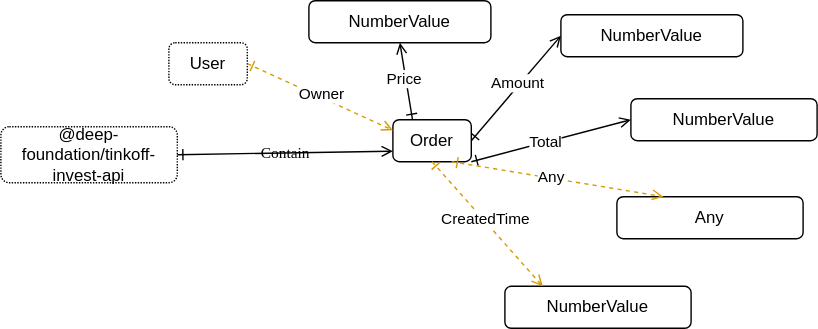
Before: src/order/Order.drawio.svg, a diagram exported from draw.io (suenot/deep-tinkoff-invest-api). Source tidied: cells renumbered, new cells last; positions are measured from the earlier drawing's top-left corner, leaving out a move shared by most shapes.
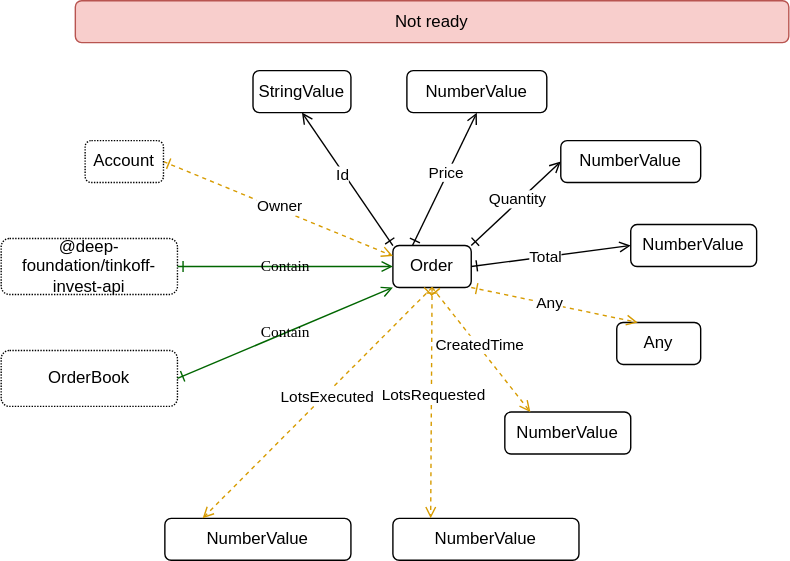
After the change.

What changed in the source:
```diff
@@ -2,31 +2,31 @@
   <root>
     <mxCell id="0" />
     <mxCell id="1" parent="0" />
-    <mxCell id="2" style="edgeStyle=none;html=1;exitX=1;exitY=0.5;exitDx=0;exitDy=0;entryX=0;entryY=0.5;entryDx=0;entryDy=0;startArrow=ERone;startFill=0;endArrow=open;endFill=0;" parent="1" edge="1" source="4" target="5">
+    <mxCell id="2" style="edgeStyle=none;html=1;exitX=1;exitY=0;exitDx=0;exitDy=0;entryX=0;entryY=0.5;entryDx=0;entryDy=0;startArrow=ERone;startFill=0;endArrow=open;endFill=0;" parent="1" edge="1" source="4" target="5">
       <mxGeometry relative="1" as="geometry" />
     </mxCell>
-    <mxCell id="3" value="Amount" style="edgeLabel;html=1;align=center;verticalAlign=middle;" parent="2" vertex="1">
+    <mxCell id="3" value="Quantity" style="edgeLabel;html=1;align=center;verticalAlign=middle;" parent="2" vertex="1">
       <mxGeometry x="0.08" y="2" relative="1" as="geometry" />
     </mxCell>
     <mxCell id="4" value="Order" style="rounded=1;whiteSpace=wrap;html=1;labelBackgroundColor=none;" parent="1" vertex="1">
       <mxGeometry x="280" y="85" width="56" height="30" as="geometry" />
     </mxCell>
     <mxCell id="5" value="NumberValue" style="rounded=1;whiteSpace=wrap;html=1;labelBackgroundColor=none;" parent="1" vertex="1">
-      <mxGeometry x="400" y="10" width="130" height="30" as="geometry" />
+      <mxGeometry x="400" y="10" width="100" height="30" as="geometry" />
     </mxCell>
-    <mxCell id="6" style="edgeStyle=none;html=1;exitX=1;exitY=1;exitDx=0;exitDy=0;startArrow=ERone;startFill=0;entryX=0;entryY=0.5;entryDx=0;entryDy=0;endArrow=open;endFill=0;" parent="1" edge="1" source="4" target="8">
+    <mxCell id="6" style="edgeStyle=none;html=1;exitX=1;exitY=0.5;exitDx=0;exitDy=0;startArrow=ERone;startFill=0;entryX=0;entryY=0.5;entryDx=0;entryDy=0;endArrow=open;endFill=0;" parent="1" edge="1" source="4" target="8">
       <mxGeometry relative="1" as="geometry" />
     </mxCell>
     <mxCell id="7" value="Total" style="edgeLabel;html=1;align=center;verticalAlign=middle;" parent="6" vertex="1">
       <mxGeometry x="-0.07" y="1" relative="1" as="geometry" />
     </mxCell>
     <mxCell id="8" value="NumberValue" style="rounded=1;whiteSpace=wrap;html=1;labelBackgroundColor=none;" parent="1" vertex="1">
-      <mxGeometry x="450" y="70" width="133" height="30" as="geometry" />
+      <mxGeometry x="450" y="70" width="90" height="30" as="geometry" />
     </mxCell>
     <mxCell id="9" value="Any" style="rounded=1;whiteSpace=wrap;html=1;labelBackgroundColor=none;" parent="1" vertex="1">
-      <mxGeometry x="440" y="140" width="133" height="30" as="geometry" />
+      <mxGeometry x="440" y="140" width="60" height="30" as="geometry" />
     </mxCell>
-    <mxCell id="10" style="edgeStyle=none;html=1;exitX=0.75;exitY=1;exitDx=0;exitDy=0;startArrow=ERone;startFill=0;entryX=0.25;entryY=0;entryDx=0;entryDy=0;endArrow=open;endFill=0;dashed=1;strokeColor=#D79B00;" parent="1" edge="1" source="4" target="9">
+    <mxCell id="10" style="edgeStyle=none;html=1;exitX=1;exitY=1;exitDx=0;exitDy=0;startArrow=ERone;startFill=0;entryX=0.25;entryY=0;entryDx=0;entryDy=0;endArrow=open;endFill=0;dashed=1;strokeColor=#D79B00;" parent="1" edge="1" source="4" target="9">
       <mxGeometry relative="1" as="geometry" />
     </mxCell>
     <mxCell id="11" value="Any" style="edgeLabel;html=1;align=center;verticalAlign=middle;" parent="10" vertex="1">
@@ -39,7 +39,7 @@
       <mxGeometry x="0.08" y="2" relative="1" as="geometry" />
     </mxCell>
     <mxCell id="14" value="NumberValue" style="rounded=1;whiteSpace=wrap;html=1;labelBackgroundColor=none;" parent="1" vertex="1">
-      <mxGeometry x="220" width="130" height="30" as="geometry" />
+      <mxGeometry x="290" y="-40" width="100" height="30" as="geometry" />
     </mxCell>
     <mxCell id="15" style="edgeStyle=none;html=1;exitX=1;exitY=0.5;exitDx=0;exitDy=0;startArrow=ERone;startFill=0;entryX=0;entryY=0.25;entryDx=0;entryDy=0;endArrow=open;endFill=0;dashed=1;strokeColor=#D79B00;" parent="1" edge="1" source="17" target="4">
       <mxGeometry relative="1" as="geometry" />
@@ -47,17 +47,17 @@
     <mxCell id="16" value="Owner" style="edgeLabel;html=1;align=center;verticalAlign=middle;" parent="15" vertex="1">
       <mxGeometry x="-0.01" y="2" relative="1" as="geometry" />
     </mxCell>
-    <mxCell id="17" value="User" style="rounded=1;whiteSpace=wrap;html=1;labelBackgroundColor=none;dashed=1;dashPattern=1 1;" parent="1" vertex="1">
-      <mxGeometry x="120" y="30" width="56" height="30" as="geometry" />
+    <mxCell id="17" value="Account" style="rounded=1;whiteSpace=wrap;html=1;labelBackgroundColor=none;dashed=1;dashPattern=1 1;" parent="1" vertex="1">
+      <mxGeometry x="60" y="10" width="56" height="30" as="geometry" />
     </mxCell>
     <mxCell id="18" value="@deep-foundation/tinkoff-invest-api" style="rounded=1;whiteSpace=wrap;html=1;labelBackgroundColor=none;dashed=1;dashPattern=1 1;" parent="1" vertex="1">
-      <mxGeometry y="90" width="126" height="40" as="geometry" />
+      <mxGeometry y="80" width="126" height="40" as="geometry" />
     </mxCell>
-    <mxCell id="19" value="Contain" style="jettySize=auto;html=1;shadow=0;labelBackgroundColor=none;startArrow=ERone;startFill=0;endArrow=open;endFill=0;fontColor=#000000;fontFamily=Comic Sans MS;entryX=0;entryY=0.75;entryDx=0;entryDy=0;exitX=1;exitY=0.5;exitDx=0;exitDy=0;" parent="1" edge="1" source="18" target="4">
+    <mxCell id="19" value="Contain" style="jettySize=auto;html=1;shadow=0;labelBackgroundColor=none;startArrow=ERone;startFill=0;endArrow=open;endFill=0;fontColor=#000000;fontFamily=Comic Sans MS;entryX=0;entryY=0.5;entryDx=0;entryDy=0;exitX=1;exitY=0.5;exitDx=0;exitDy=0;strokeColor=#006600;" parent="1" edge="1" source="18" target="4">
       <mxGeometry relative="1" as="geometry" />
     </mxCell>
     <mxCell id="20" value="NumberValue" style="rounded=1;whiteSpace=wrap;html=1;labelBackgroundColor=none;" parent="1" vertex="1">
-      <mxGeometry x="360" y="204" width="133" height="30" as="geometry" />
+      <mxGeometry x="360" y="204" width="90" height="30" as="geometry" />
     </mxCell>
     <mxCell id="21" style="edgeStyle=none;html=1;exitX=0.5;exitY=1;exitDx=0;exitDy=0;startArrow=ERone;startFill=0;entryX=0.203;entryY=0;entryDx=0;entryDy=0;endArrow=open;endFill=0;entryPerimeter=0;dashed=1;strokeColor=#D79B00;" parent="1" edge="1" source="4" target="20">
       <mxGeometry relative="1" as="geometry" />
@@ -65,5 +65,41 @@
     <mxCell id="22" value="CreatedTime" style="edgeLabel;html=1;align=center;verticalAlign=middle;" parent="21" vertex="1">
       <mxGeometry x="-0.07" y="1" relative="1" as="geometry" />
     </mxCell>
+    <mxCell id="23" value="OrderBook" style="rounded=1;whiteSpace=wrap;html=1;labelBackgroundColor=none;dashed=1;dashPattern=1 1;" parent="1" vertex="1">
+      <mxGeometry y="160" width="126" height="40" as="geometry" />
+    </mxCell>
+    <mxCell id="24" value="Contain" style="jettySize=auto;html=1;shadow=0;labelBackgroundColor=none;startArrow=ERone;startFill=0;endArrow=open;endFill=0;fontColor=#000000;fontFamily=Comic Sans MS;entryX=0;entryY=1;entryDx=0;entryDy=0;exitX=1;exitY=0.5;exitDx=0;exitDy=0;strokeColor=#006600;" parent="1" edge="1" source="23" target="4">
+      <mxGeometry relative="1" as="geometry" />
+    </mxCell>
+    <mxCell id="25" value="StringValue" style="rounded=1;whiteSpace=wrap;html=1;labelBackgroundColor=none;" parent="1" vertex="1">
+      <mxGeometry x="180" y="-40" width="70" height="30" as="geometry" />
+    </mxCell>
+    <mxCell id="26" style="edgeStyle=none;html=1;exitX=0;exitY=0;exitDx=0;exitDy=0;startArrow=ERone;startFill=0;endArrow=open;endFill=0;entryX=0.5;entryY=1;entryDx=0;entryDy=0;" parent="1" edge="1" source="4" target="25">
+      <mxGeometry relative="1" as="geometry" />
+    </mxCell>
+    <mxCell id="27" value="Id" style="edgeLabel;html=1;align=center;verticalAlign=middle;" parent="26" vertex="1">
+      <mxGeometry x="0.08" y="2" relative="1" as="geometry" />
+    </mxCell>
+    <mxCell id="28" value="NumberValue" style="rounded=1;whiteSpace=wrap;html=1;labelBackgroundColor=none;" parent="1" vertex="1">
+      <mxGeometry x="280" y="280" width="133" height="30" as="geometry" />
+    </mxCell>
+    <mxCell id="29" style="edgeStyle=none;html=1;exitX=0.5;exitY=1;exitDx=0;exitDy=0;startArrow=ERone;startFill=0;entryX=0.203;entryY=0;entryDx=0;entryDy=0;endArrow=open;endFill=0;entryPerimeter=0;dashed=1;strokeColor=#D79B00;" parent="1" edge="1" source="4" target="28">
+      <mxGeometry relative="1" as="geometry" />
+    </mxCell>
+    <mxCell id="30" value="LotsRequested" style="edgeLabel;html=1;align=center;verticalAlign=middle;" parent="29" vertex="1">
+      <mxGeometry x="-0.07" y="1" relative="1" as="geometry" />
+    </mxCell>
+    <mxCell id="31" value="NumberValue" style="rounded=1;whiteSpace=wrap;html=1;labelBackgroundColor=none;" parent="1" vertex="1">
+      <mxGeometry x="117" y="280" width="133" height="30" as="geometry" />
+    </mxCell>
+    <mxCell id="32" style="edgeStyle=none;html=1;exitX=0.5;exitY=1;exitDx=0;exitDy=0;startArrow=ERone;startFill=0;entryX=0.203;entryY=0;entryDx=0;entryDy=0;endArrow=open;endFill=0;entryPerimeter=0;dashed=1;strokeColor=#D79B00;" parent="1" edge="1" source="4" target="31">
+      <mxGeometry relative="1" as="geometry" />
+    </mxCell>
+    <mxCell id="33" value="LotsExecuted" style="edgeLabel;html=1;align=center;verticalAlign=middle;" parent="32" vertex="1">
+      <mxGeometry x="-0.07" y="1" relative="1" as="geometry" />
+    </mxCell>
+    <mxCell id="34" value="Not ready" style="rounded=1;whiteSpace=wrap;html=1;labelBackgroundColor=none;fillColor=#f8cecc;strokeColor=#b85450;" parent="1" vertex="1">
+      <mxGeometry x="53" y="-90" width="510" height="30" as="geometry" />
+    </mxCell>
   </root>
 </mxGraphModel>
```
